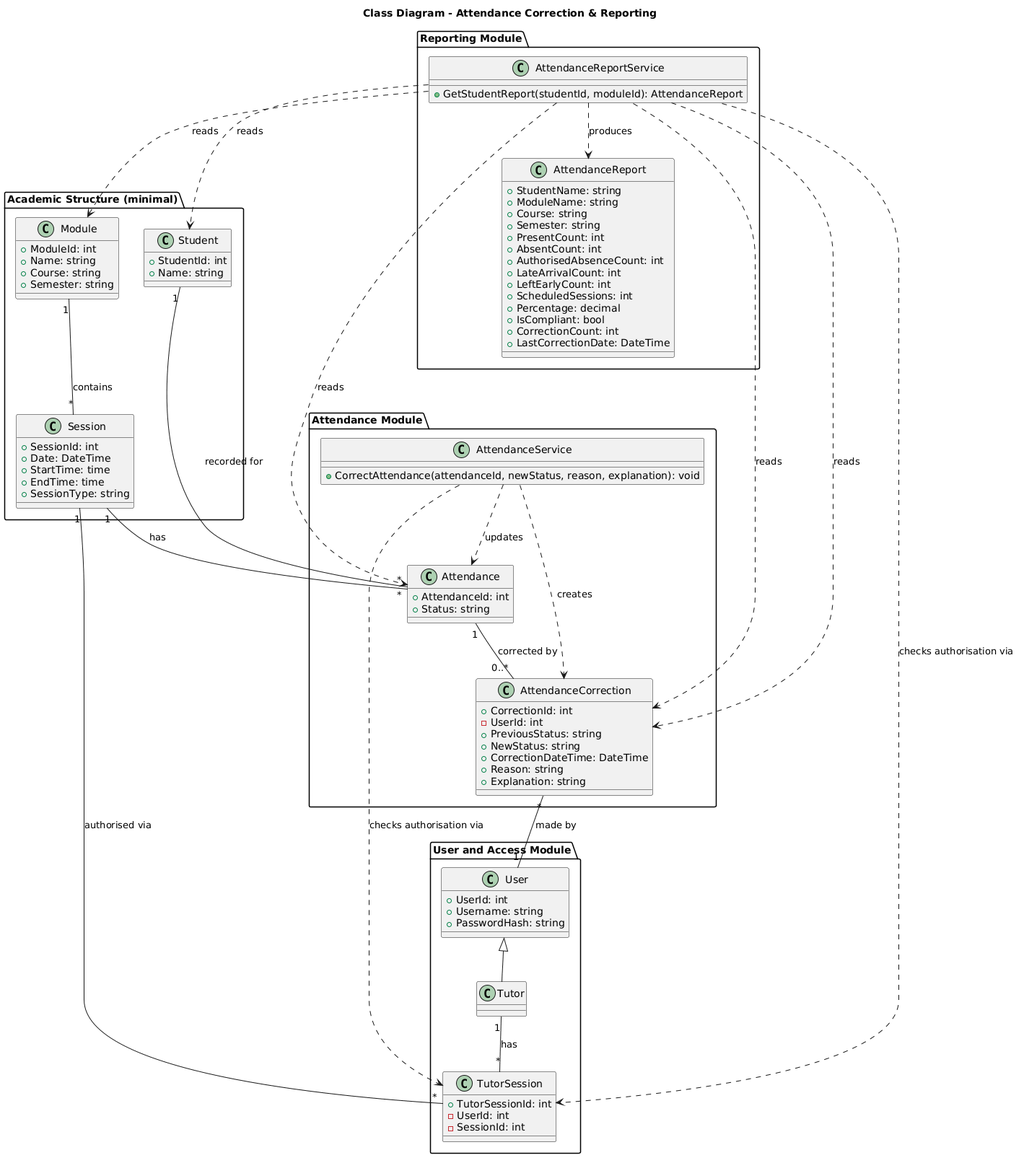
Earlier version of the PlantUML export out/diagrams/class-diagram/AttendanceMonitoringSystemClassDiagram.png (Shelly855/attendance-monitoring-copy). The source it was exported from:
```plantuml
@startuml
title Class Diagram - Attendance Correction & Reporting

package "User and Access Module" {
  class User {
    +UserId: int
    +Username: string
    +PasswordHash: string
  }
  class Tutor
  User <|-- Tutor

  class TutorSession {
    +TutorSessionId: int
    -UserId: int
    -SessionId: int
  }
}

package "Attendance Module" {
  class Attendance {
    +AttendanceId: int
    +Status: string
  }

  class AttendanceCorrection {
    +CorrectionId: int
    -UserId: int
    +PreviousStatus: string
    +NewStatus: string
    +CorrectionDateTime: DateTime
    +Reason: string
    +Explanation: string
  }

  class AttendanceService {
    +CorrectAttendance(attendanceId, newStatus, reason, explanation): void
  }
}

package "Reporting Module" {
  class AttendanceReport {
    +StudentName: string
    +ModuleName: string
    +Course: string
    +Semester: string
    +PresentCount: int
    +AbsentCount: int
    +AuthorisedAbsenceCount: int
    +LateArrivalCount: int
    +LeftEarlyCount: int
    +ScheduledSessions: int
    +Percentage: decimal
    +IsCompliant: bool
    +CorrectionCount: int
    +LastCorrectionDate: DateTime
  }

  class AttendanceReportService {
    +GetStudentReport(studentId, moduleId): AttendanceReport
  }
}

package "Academic Structure (minimal)" {
  class Student {
    +StudentId: int
    +Name: string
  }
  class Module {
    +ModuleId: int
    +Name: string
    +Course: string
    +Semester: string
  }
  class Session {
    +SessionId: int
    +Date: DateTime
    +StartTime: time
    +EndTime: time
    +SessionType: string
  }
}

Tutor "1" -- "*" TutorSession : has
Session "1" -- "*" TutorSession : authorised via
AttendanceService ..> TutorSession : «checks authorisation via»
AttendanceReportService ..> TutorSession : «checks authorisation via»
AttendanceReportService ..> AttendanceCorrection : reads

Session "1" -- "*" Attendance : has
Student "1" -- "*" Attendance : recorded for
Module "1" -- "*" Session : contains
Attendance "1" -- "0..*" AttendanceCorrection : corrected by
AttendanceCorrection "*" -- "1" User : made by
AttendanceService ..> Attendance : updates
AttendanceService ..> AttendanceCorrection : creates
AttendanceReportService ..> Attendance : reads
AttendanceReportService ..> AttendanceCorrection : reads
AttendanceReportService ..> Student : reads
AttendanceReportService ..> Module : reads
AttendanceReportService ..> AttendanceReport : produces
@enduml
```
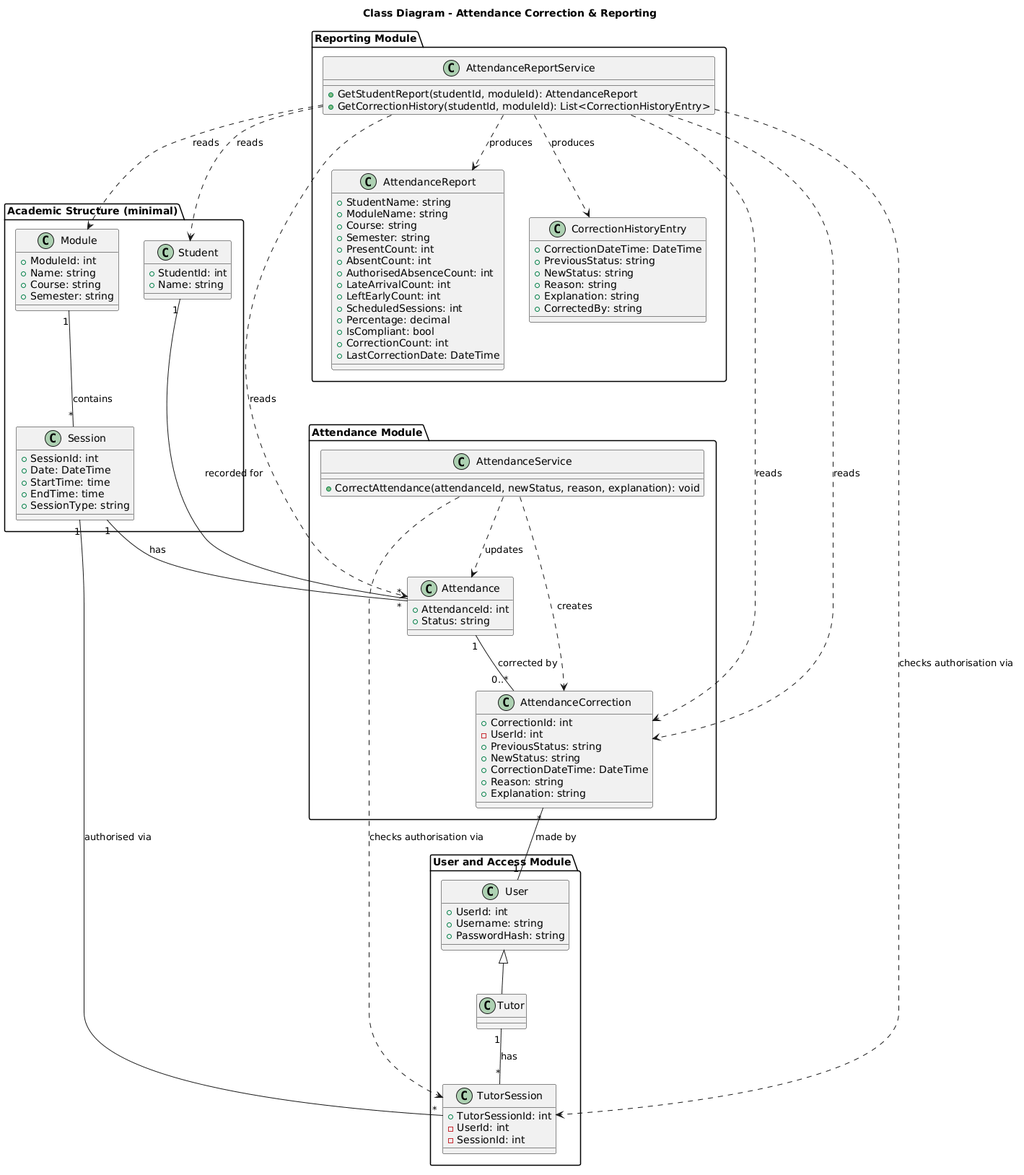
The same file after the commit.

Diff of the diagram source:
```diff
@@ -56,8 +56,18 @@
     +LastCorrectionDate: DateTime
   }
 
+  class CorrectionHistoryEntry {
+    +CorrectionDateTime: DateTime
+    +PreviousStatus: string
+    +NewStatus: string
+    +Reason: string
+    +Explanation: string
+    +CorrectedBy: string
+  }
+
   class AttendanceReportService {
     +GetStudentReport(studentId, moduleId): AttendanceReport
+    +GetCorrectionHistory(studentId, moduleId): List<CorrectionHistoryEntry>
   }
 }
 
@@ -99,4 +109,5 @@
 AttendanceReportService ..> Student : reads
 AttendanceReportService ..> Module : reads
 AttendanceReportService ..> AttendanceReport : produces
+AttendanceReportService ..> CorrectionHistoryEntry : produces
 @enduml
```
